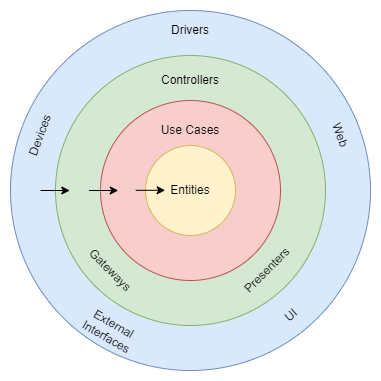
dihogoteixeira/spring-clean-arq-demo keeps this draw.io diagram as imgs/clean-arch.png. Above is the earlier version. Source tidied: cells renumbered, new cells last; positions are measured from the earlier drawing's top-left corner, leaving out a move shared by most shapes.
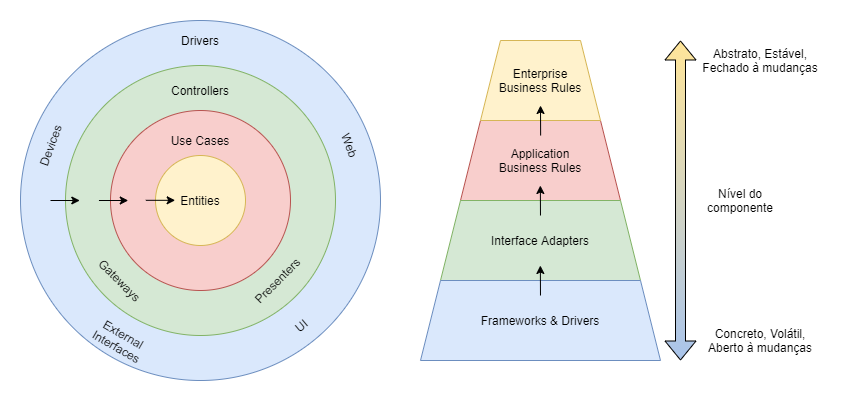
The same file after the commit.

Commit message:
feat: init repo

What changed in the source:
```diff
@@ -2,62 +2,110 @@
   <root>
     <mxCell id="0" />
     <mxCell id="1" parent="0" />
-    <mxCell id="2" style="ellipse;whiteSpace=wrap;html=1;fillColor=#dae8fc;strokeColor=#6c8ebf;" parent="1" vertex="1">
-      <mxGeometry x="20" width="360" height="360" as="geometry" />
+    <mxCell id="2" style="group;" parent="1" vertex="1">
+      <mxGeometry x="20" width="820" height="360" as="geometry" />
     </mxCell>
-    <mxCell id="3" style="ellipse;whiteSpace=wrap;html=1;fillColor=#d5e8d4;strokeColor=#82b366;" parent="1" vertex="1">
-      <mxGeometry x="65" y="45" width="270" height="270" as="geometry" />
+    <mxCell id="3" value="Application&lt;br&gt;Business Rules" style="shape=trapezoid;perimeter=trapezoidPerimeter;whiteSpace=wrap;html=1;fixedSize=1;fillColor=#f8cecc;strokeColor=#b85450;" parent="2" vertex="1">
+      <mxGeometry x="440" y="100" width="160" height="80" as="geometry" />
     </mxCell>
-    <mxCell id="4" style="ellipse;whiteSpace=wrap;html=1;fillColor=#f8cecc;strokeColor=#b85450;" parent="1" vertex="1">
-      <mxGeometry x="110" y="90" width="180" height="180" as="geometry" />
+    <mxCell id="4" value="Interface Adapters" style="shape=trapezoid;perimeter=trapezoidPerimeter;whiteSpace=wrap;html=1;fixedSize=1;fillColor=#d5e8d4;strokeColor=#82b366;" parent="2" vertex="1">
+      <mxGeometry x="420" y="180" width="200" height="80" as="geometry" />
     </mxCell>
-    <mxCell id="5" value="Entities" style="ellipse;whiteSpace=wrap;html=1;fillColor=#fff2cc;strokeColor=#d6b656;" parent="1" vertex="1">
-      <mxGeometry x="155" y="135" width="90" height="90" as="geometry" />
+    <mxCell id="5" value="Frameworks &amp;amp; Drivers" style="shape=trapezoid;perimeter=trapezoidPerimeter;whiteSpace=wrap;html=1;fixedSize=1;fillColor=#dae8fc;strokeColor=#6c8ebf;" parent="2" vertex="1">
+      <mxGeometry x="400" y="260" width="240" height="80" as="geometry" />
     </mxCell>
-    <mxCell id="6" style="endArrow=classic;html=1;" parent="1" edge="1">
-      <mxGeometry relative="1" as="geometry">
-        <mxPoint x="50" y="180" as="sourcePoint" />
-        <mxPoint x="79.3" y="180" as="targetPoint" />
-      </mxGeometry>
+    <mxCell id="6" value="Enterprise&lt;br&gt;Business Rules" style="shape=trapezoid;perimeter=trapezoidPerimeter;whiteSpace=wrap;html=1;fixedSize=1;fillColor=#fff2cc;strokeColor=#d6b656;" parent="2" vertex="1">
+      <mxGeometry x="460" y="20" width="120" height="80" as="geometry" />
     </mxCell>
-    <mxCell id="7" style="endArrow=classic;html=1;" parent="1" edge="1">
-      <mxGeometry relative="1" as="geometry">
-        <mxPoint x="98.4" y="180" as="sourcePoint" />
-        <mxPoint x="127.8" y="180" as="targetPoint" />
-      </mxGeometry>
+    <mxCell id="7" style="ellipse;whiteSpace=wrap;html=1;fillColor=#dae8fc;strokeColor=#6c8ebf;" parent="2" vertex="1">
+      <mxGeometry width="360" height="360" as="geometry" />
     </mxCell>
-    <mxCell id="8" style="endArrow=classic;html=1;" parent="1" edge="1">
-      <mxGeometry relative="1" as="geometry">
-        <mxPoint x="145.3" y="179.8" as="sourcePoint" />
-        <mxPoint x="174.7" y="179.8" as="targetPoint" />
-      </mxGeometry>
+    <mxCell id="8" style="ellipse;whiteSpace=wrap;html=1;fillColor=#d5e8d4;strokeColor=#82b366;" parent="2" vertex="1">
+      <mxGeometry x="45" y="45" width="270" height="270" as="geometry" />
     </mxCell>
-    <mxCell id="9" value="Use Cases" style="text;html=1;strokeColor=none;fillColor=none;align=center;verticalAlign=middle;whiteSpace=wrap;rounded=0;" parent="1" vertex="1">
-      <mxGeometry x="150" y="110" width="100" height="20" as="geometry" />
+    <mxCell id="9" style="ellipse;whiteSpace=wrap;html=1;fillColor=#f8cecc;strokeColor=#b85450;" parent="2" vertex="1">
+      <mxGeometry x="90" y="90" width="180" height="180" as="geometry" />
     </mxCell>
-    <mxCell id="10" value="Controllers" style="text;html=1;strokeColor=none;fillColor=none;align=center;verticalAlign=middle;whiteSpace=wrap;rounded=0;" parent="1" vertex="1">
-      <mxGeometry x="150" y="60" width="100" height="20" as="geometry" />
+    <mxCell id="10" value="Entities" style="ellipse;whiteSpace=wrap;html=1;fillColor=#fff2cc;strokeColor=#d6b656;" parent="2" vertex="1">
+      <mxGeometry x="135" y="135" width="90" height="90" as="geometry" />
     </mxCell>
-    <mxCell id="11" value="Presenters" style="text;html=1;strokeColor=none;fillColor=none;align=center;verticalAlign=middle;whiteSpace=wrap;rounded=0;rotation=-45;" parent="1" vertex="1">
-      <mxGeometry x="226.9" y="250" width="100" height="20" as="geometry" />
+    <mxCell id="11" style="endArrow=classic;html=1;" parent="2" edge="1">
+      <mxGeometry relative="1" as="geometry">
+        <mxPoint x="30" y="180" as="sourcePoint" />
+        <mxPoint x="59.3" y="180" as="targetPoint" />
+      </mxGeometry>
     </mxCell>
-    <mxCell id="12" value="Gateways" style="text;html=1;strokeColor=none;fillColor=none;align=center;verticalAlign=middle;whiteSpace=wrap;rounded=0;rotation=45;" parent="1" vertex="1">
-      <mxGeometry x="70" y="250" width="100" height="20" as="geometry" />
+    <mxCell id="12" style="endArrow=classic;html=1;" parent="2" edge="1">
+      <mxGeometry relative="1" as="geometry">
+        <mxPoint x="78.5" y="180" as="sourcePoint" />
+        <mxPoint x="107.8" y="180" as="targetPoint" />
+      </mxGeometry>
     </mxCell>
-    <mxCell id="13" value="Drivers" style="text;html=1;strokeColor=none;fillColor=none;align=center;verticalAlign=middle;whiteSpace=wrap;rounded=0;" parent="1" vertex="1">
-      <mxGeometry x="150" y="10" width="100" height="20" as="geometry" />
+    <mxCell id="13" style="endArrow=classic;html=1;" parent="2" edge="1">
+      <mxGeometry relative="1" as="geometry">
+        <mxPoint x="125.4" y="179.8" as="sourcePoint" />
+        <mxPoint x="154.7" y="179.8" as="targetPoint" />
+      </mxGeometry>
     </mxCell>
-    <mxCell id="14" value="External Interfaces" style="text;html=1;strokeColor=none;fillColor=none;align=center;verticalAlign=middle;whiteSpace=wrap;rounded=0;rotation=30;" parent="1" vertex="1">
-      <mxGeometry x="70" y="310" width="100" height="20" as="geometry" />
+    <mxCell id="14" value="Use Cases" style="text;html=1;strokeColor=none;fillColor=none;align=center;verticalAlign=middle;whiteSpace=wrap;rounded=0;" parent="2" vertex="1">
+      <mxGeometry x="130" y="110" width="100" height="20" as="geometry" />
     </mxCell>
-    <mxCell id="15" value="UI" style="text;html=1;strokeColor=none;fillColor=none;align=center;verticalAlign=middle;whiteSpace=wrap;rounded=0;rotation=-40;" parent="1" vertex="1">
-      <mxGeometry x="251" y="295" width="100" height="20" as="geometry" />
+    <mxCell id="15" value="Controllers" style="text;html=1;strokeColor=none;fillColor=none;align=center;verticalAlign=middle;whiteSpace=wrap;rounded=0;" parent="2" vertex="1">
+      <mxGeometry x="130" y="60" width="100" height="20" as="geometry" />
     </mxCell>
-    <mxCell id="16" value="Web" style="text;html=1;strokeColor=none;fillColor=none;align=center;verticalAlign=middle;whiteSpace=wrap;rounded=0;rotation=70;" parent="1" vertex="1">
-      <mxGeometry x="300" y="115" width="100" height="20" as="geometry" />
+    <mxCell id="16" value="Presenters" style="text;html=1;strokeColor=none;fillColor=none;align=center;verticalAlign=middle;whiteSpace=wrap;rounded=0;rotation=-45;" parent="2" vertex="1">
+      <mxGeometry x="206.9" y="250" width="100" height="20" as="geometry" />
     </mxCell>
-    <mxCell id="17" value="Devices" style="text;html=1;strokeColor=none;fillColor=none;align=center;verticalAlign=middle;whiteSpace=wrap;rounded=0;rotation=-70;" parent="1" vertex="1">
-      <mxGeometry y="115" width="100" height="20" as="geometry" />
+    <mxCell id="17" value="Gateways" style="text;html=1;strokeColor=none;fillColor=none;align=center;verticalAlign=middle;whiteSpace=wrap;rounded=0;rotation=45;" parent="2" vertex="1">
+      <mxGeometry x="50" y="250" width="100" height="20" as="geometry" />
     </mxCell>
+    <mxCell id="18" value="Drivers" style="text;html=1;strokeColor=none;fillColor=none;align=center;verticalAlign=middle;whiteSpace=wrap;rounded=0;" parent="2" vertex="1">
+      <mxGeometry x="130" y="10" width="100" height="20" as="geometry" />
+    </mxCell>
+    <mxCell id="19" value="External Interfaces" style="text;html=1;strokeColor=none;fillColor=none;align=center;verticalAlign=middle;whiteSpace=wrap;rounded=0;rotation=30;" parent="2" vertex="1">
+      <mxGeometry x="50" y="310" width="100" height="20" as="geometry" />
+    </mxCell>
+    <mxCell id="20" value="UI" style="text;html=1;strokeColor=none;fillColor=none;align=center;verticalAlign=middle;whiteSpace=wrap;rounded=0;rotation=-40;" parent="2" vertex="1">
+      <mxGeometry x="231" y="295" width="100" height="20" as="geometry" />
+    </mxCell>
+    <mxCell id="21" value="Web" style="text;html=1;strokeColor=none;fillColor=none;align=center;verticalAlign=middle;whiteSpace=wrap;rounded=0;rotation=70;" parent="2" vertex="1">
+      <mxGeometry x="280" y="115" width="100" height="20" as="geometry" />
+    </mxCell>
+    <mxCell id="22" value="Devices" style="text;html=1;strokeColor=none;fillColor=none;align=center;verticalAlign=middle;whiteSpace=wrap;rounded=0;rotation=-70;" parent="2" vertex="1">
+      <mxGeometry x="-20" y="115" width="100" height="20" as="geometry" />
+    </mxCell>
+    <mxCell id="23" style="endArrow=classic;html=1;" parent="2" edge="1">
+      <mxGeometry relative="1" as="geometry">
+        <mxPoint x="520" y="275" as="sourcePoint" />
+        <mxPoint x="519.8" y="245" as="targetPoint" />
+      </mxGeometry>
+    </mxCell>
+    <mxCell id="24" style="endArrow=classic;html=1;" parent="2" edge="1">
+      <mxGeometry relative="1" as="geometry">
+        <mxPoint x="520" y="195" as="sourcePoint" />
+        <mxPoint x="519.8" y="165" as="targetPoint" />
+      </mxGeometry>
+    </mxCell>
+    <mxCell id="25" style="endArrow=classic;html=1;" parent="2" edge="1">
+      <mxGeometry relative="1" as="geometry">
+        <mxPoint x="520.1" y="115" as="sourcePoint" />
+        <mxPoint x="520" y="85" as="targetPoint" />
+      </mxGeometry>
+    </mxCell>
+    <mxCell id="26" style="shape=flexArrow;endArrow=classic;startArrow=classic;html=1;gradientColor=#A9C4EB;fillColor=#FFE599;" parent="2" edge="1">
+      <mxGeometry relative="1" as="geometry">
+        <mxPoint x="660" y="340" as="sourcePoint" />
+        <mxPoint x="660" y="20" as="targetPoint" />
+      </mxGeometry>
+    </mxCell>
+    <mxCell id="27" value="Nível do componente" style="text;html=1;strokeColor=none;fillColor=none;align=center;verticalAlign=middle;whiteSpace=wrap;rounded=0;" parent="2" vertex="1">
+      <mxGeometry x="680" y="170" width="80" height="20" as="geometry" />
+    </mxCell>
+    <mxCell id="28" value="Abstrato, Estável, Fechado à mudanças" style="text;html=1;strokeColor=none;fillColor=none;align=center;verticalAlign=middle;whiteSpace=wrap;rounded=0;" parent="2" vertex="1">
+      <mxGeometry x="680" y="20" width="120" height="40" as="geometry" />
+    </mxCell>
+    <mxCell id="29" value="Concreto, Volátil, Aberto à mudanças" style="text;html=1;strokeColor=none;fillColor=none;align=center;verticalAlign=middle;whiteSpace=wrap;rounded=0;" parent="2" vertex="1">
+      <mxGeometry x="680" y="300" width="120" height="40" as="geometry" />
+    </mxCell>
   </root>
 </mxGraphModel>
```
